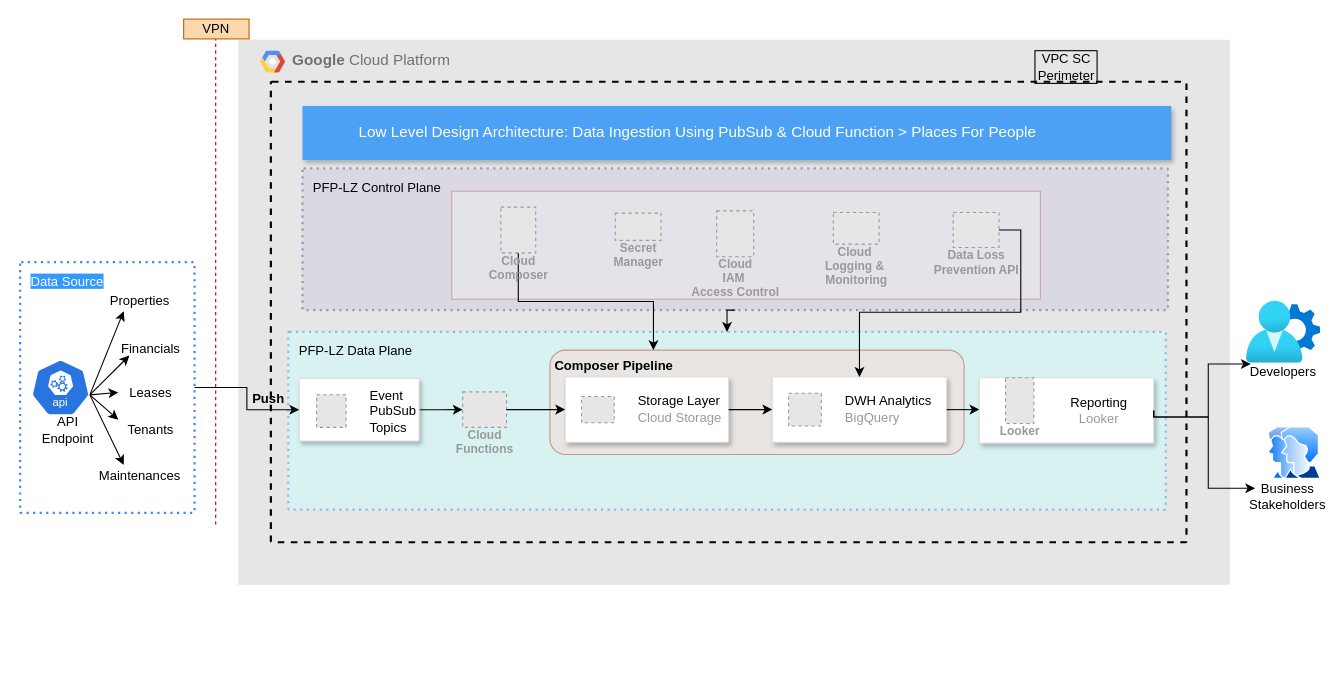
Above: PFP-Sample/PFP-LLD-Approach2.drawio in harshaldharme/ProjectSpaces (draw.io), before the change. Source tidied: cells renumbered, new cells numbered last; positions are measured from the earlier drawing's top-left corner, leaving out a move shared by most shapes. Both pictures are drawn from the tidied source at 109%, with x=0, y=0 at pixel (20, 19). Pictures stored in the file or linked from it are replaced by grey dashed boxes.
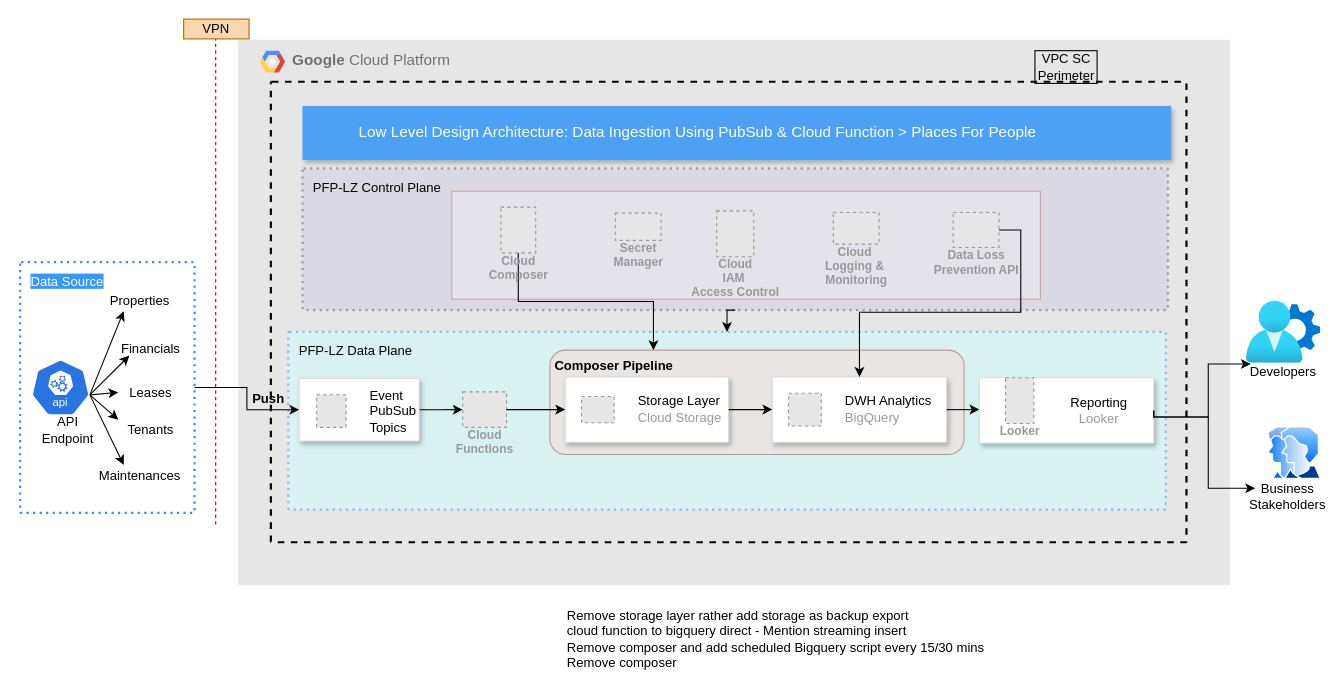
Above is the later version.

Change to the diagram source:
```diff
@@
+    <mxCell id="60" value="Remove storage layer rather add storage as backup export&lt;div&gt;cloud function to bigquery direct -&amp;nbsp;&lt;span style=&quot;background-color: initial;&quot;&gt;Mention streaming insert&lt;/span&gt;&lt;/div&gt;&lt;div&gt;Remove composer and add scheduled Bigquery script every 15/30 mins&lt;/div&gt;&lt;div&gt;Remove composer&amp;nbsp;&lt;/div&gt;" style="text;html=1;align=left;verticalAlign=middle;whiteSpace=wrap;rounded=0;" parent="1" vertex="1">
+      <mxGeometry x="500" y="539" width="420" height="60" as="geometry" />
+    </mxCell>
```
